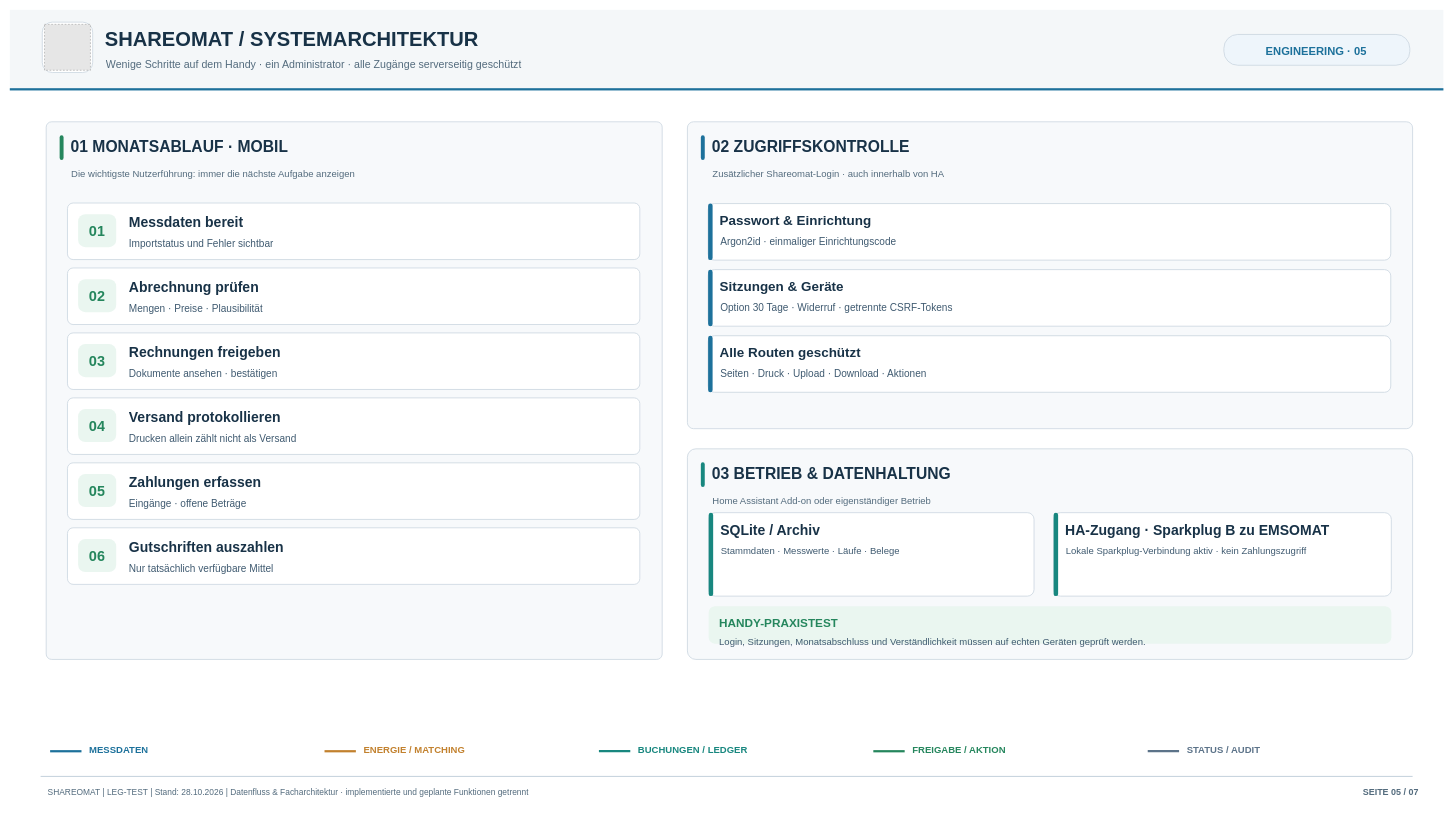
Above: page "05 · Bedienung und Sicherheit" (5 of 7) of docs/Architektur/Diagramm/Shareomat_Architecture_Whitepaper_light_v2.drawio in bobis-code/shareomat (draw.io), before the change. Source tidied: cells renumbered, new cells numbered last; positions are measured from the earlier drawing's top-left corner, leaving out a move shared by most shapes. Both pictures are drawn from the tidied source at 56%, with x=0, y=0 at pixel (10, 10). Pictures stored in the file or linked from it are replaced by grey dashed boxes.
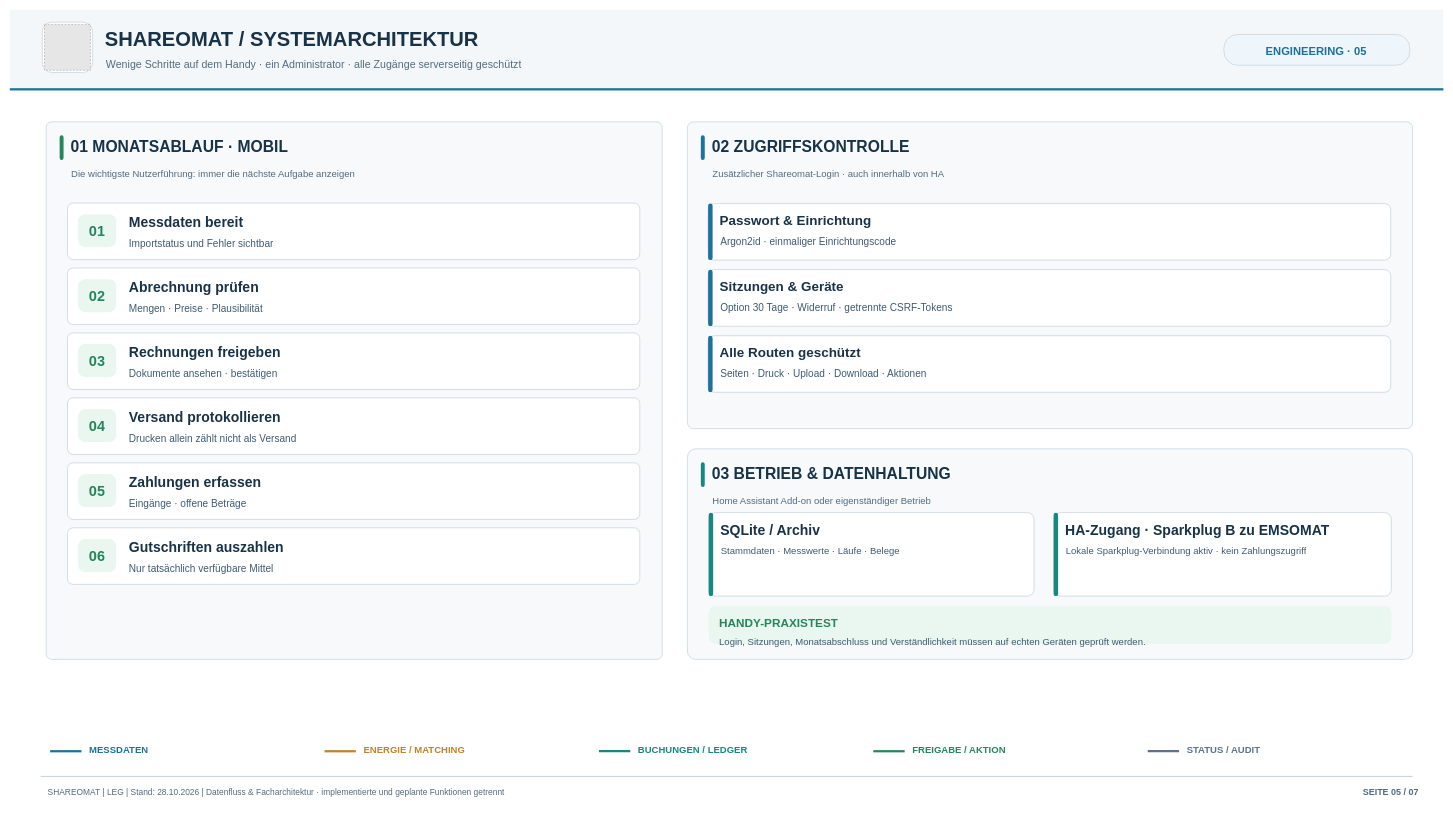
The same page after the edit.

Diff of the diagram source:
```diff
@@
-    <mxCell id="22" value="SHAREOMAT  |  LEG-TEST  |  Stand: 28.10.2026  |  Datenfluss &amp; Facharchitektur · implementierte und geplante Funktionen getrennt" style="text;html=0;whiteSpace=wrap;overflow=hidden;fillColor=none;strokeColor=none;fontFamily=Helvetica;fontSize=15;fontColor=#536B7D;fontStyle=0;align=left;verticalAlign=middle;spacing=0;" parent="1" vertex="1">
+    <mxCell id="22" value="SHAREOMAT  |  LEG  |  Stand: 28.10.2026  |  Datenfluss &amp; Facharchitektur · implementierte und geplante Funktionen getrennt" style="text;html=0;whiteSpace=wrap;overflow=hidden;fillColor=none;strokeColor=none;fontFamily=Helvetica;fontSize=15;fontColor=#536B7D;fontStyle=0;align=left;verticalAlign=middle;spacing=0;" parent="1" vertex="1">
       <mxGeometry x="68" y="1380" width="2210" height="32" as="geometry" />
     </mxCell>
```
